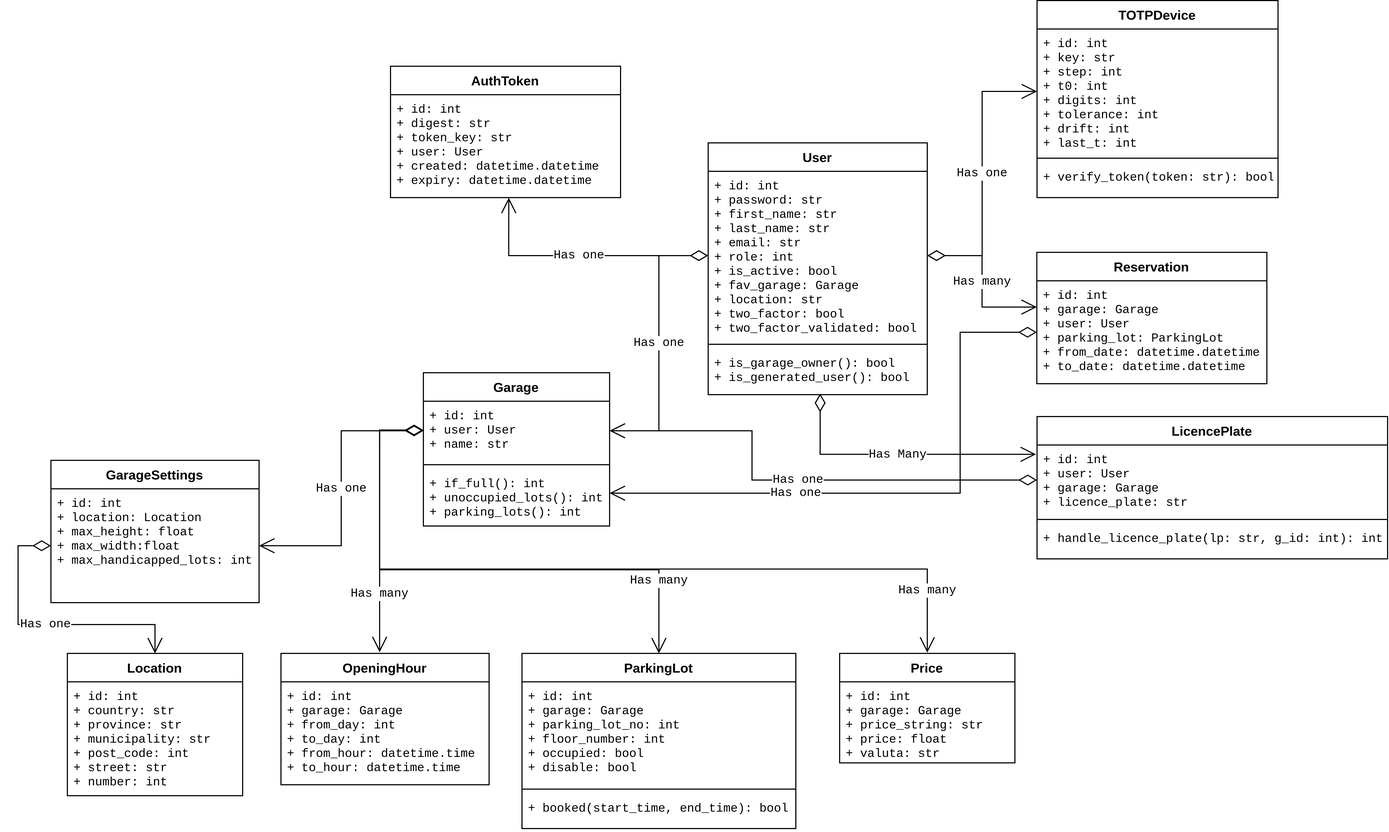
2022PO3/General keeps this draw.io diagram as diagrams/class_diagram.drawio.png. Above is the earlier version. Source tidied: cells renumbered, new cells last; positions are measured from the earlier drawing's top-left corner, leaving out a move shared by most shapes.
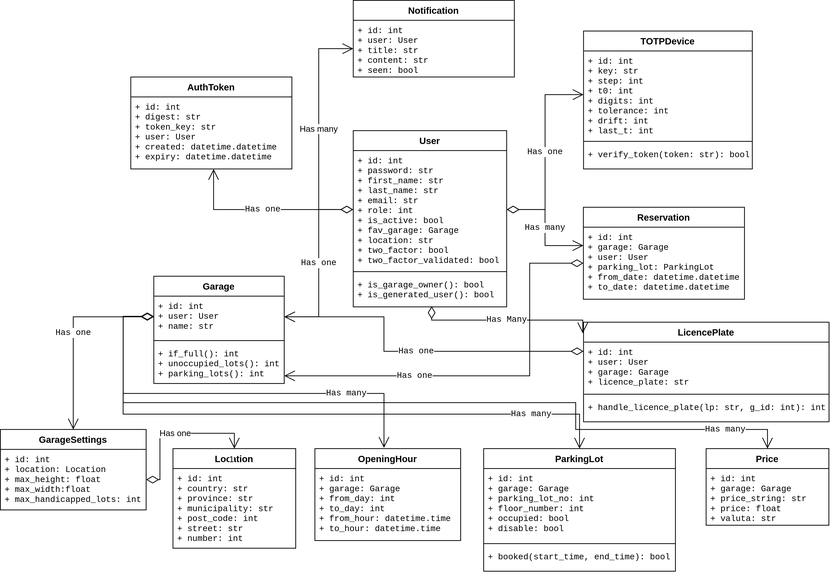
The same diagram one commit later.

Diff of the diagram source:
```diff
@@ -15,7 +15,7 @@
       <mxGeometry y="188" width="200" height="42" as="geometry" />
     </mxCell>
     <mxCell id="6" value="Garage" style="swimlane;fontStyle=1;align=center;verticalAlign=top;horizontal=1;startSize=26;" parent="1" vertex="1">
-      <mxGeometry x="370" y="340" width="170" height="140" as="geometry" />
+      <mxGeometry x="370" y="320" width="170" height="140" as="geometry" />
     </mxCell>
     <mxCell id="7" value="+ id: int&#10;+ user: User&#10;+ name: str" style="text;strokeColor=none;fillColor=none;align=left;verticalAlign=top;spacingLeft=4;spacingRight=4;overflow=hidden;points=[[0,0.5],[1,0.5]];portConstraint=eastwest;fontFamily=Courier New;fontSize=11;" parent="6" vertex="1">
       <mxGeometry y="26" width="170" height="54" as="geometry" />
@@ -27,19 +27,19 @@
       <mxGeometry y="88" width="170" height="52" as="geometry" />
     </mxCell>
     <mxCell id="10" value="Location" style="swimlane;fontStyle=1;align=center;verticalAlign=top;horizontal=1;startSize=26;" parent="1" vertex="1">
-      <mxGeometry x="45" y="596.3" width="160" height="130" as="geometry" />
+      <mxGeometry x="395" y="545" width="160" height="130" as="geometry" />
     </mxCell>
     <mxCell id="11" value="+ id: int&#10;+ country: str&#10;+ province: str&#10;+ municipality: str&#10;+ post_code: int&#10;+ street: str&#10;+ number: int" style="text;strokeColor=none;fillColor=none;align=left;verticalAlign=top;spacingLeft=4;spacingRight=4;overflow=hidden;fontFamily=Courier New;fontSize=11;" parent="10" vertex="1">
       <mxGeometry y="26" width="160" height="104" as="geometry" />
     </mxCell>
     <mxCell id="12" value="OpeningHour" style="swimlane;fontStyle=1;align=center;verticalAlign=top;horizontal=1;startSize=26;" parent="1" vertex="1">
-      <mxGeometry x="240" y="596.3" width="190" height="120" as="geometry" />
+      <mxGeometry x="580" y="545" width="190" height="120" as="geometry" />
     </mxCell>
     <mxCell id="13" value="+ id: int&#10;+ garage: Garage&#10;+ from_day: int&#10;+ to_day: int&#10;+ from_hour: datetime.time&#10;+ to_hour: datetime.time&#10;" style="text;strokeColor=none;fillColor=none;align=left;verticalAlign=top;spacingLeft=4;spacingRight=4;overflow=hidden;fontFamily=Courier New;fontSize=11;" parent="12" vertex="1">
       <mxGeometry y="26" width="190" height="94" as="geometry" />
     </mxCell>
     <mxCell id="14" value="ParkingLot" style="swimlane;fontStyle=1;align=center;verticalAlign=top;horizontal=1;startSize=26;" parent="1" vertex="1">
-      <mxGeometry x="460" y="596.3" width="250" height="160" as="geometry" />
+      <mxGeometry x="800" y="545" width="250" height="160" as="geometry" />
     </mxCell>
     <mxCell id="15" value="+ id: int&#10;+ garage: Garage&#10;+ parking_lot_no: int&#10;+ floor_number: int&#10;+ occupied: bool&#10;+ disable: bool" style="text;strokeColor=none;fillColor=none;align=left;verticalAlign=top;spacingLeft=4;spacingRight=4;overflow=hidden;fontFamily=Courier New;fontSize=11;" parent="14" vertex="1">
       <mxGeometry y="26" width="250" height="94" as="geometry" />
@@ -51,7 +51,7 @@
       <mxGeometry y="128" width="250" height="32" as="geometry" />
     </mxCell>
     <mxCell id="18" value="Price" style="swimlane;fontStyle=1;align=center;verticalAlign=top;horizontal=1;startSize=26;" parent="1" vertex="1">
-      <mxGeometry x="750" y="596.3" width="160" height="100" as="geometry" />
+      <mxGeometry x="1090" y="545" width="160" height="100" as="geometry" />
     </mxCell>
     <mxCell id="19" value="+ id: int&#10;+ garage: Garage&#10;+ price_string: str&#10;+ price: float&#10;+ valuta: str" style="text;strokeColor=none;fillColor=none;align=left;verticalAlign=top;spacingLeft=4;spacingRight=4;overflow=hidden;fontFamily=Courier New;fontSize=11;" parent="18" vertex="1">
       <mxGeometry y="26" width="160" height="74" as="geometry" />
@@ -75,10 +75,10 @@
       <mxGeometry y="26" width="210" height="94" as="geometry" />
     </mxCell>
     <mxCell id="26" value="GarageSettings" style="swimlane;fontStyle=1;align=center;verticalAlign=top;horizontal=1;startSize=26;" parent="1" vertex="1">
-      <mxGeometry x="30" y="420" width="190" height="130" as="geometry" />
+      <mxGeometry x="170" y="520" width="190" height="105" as="geometry" />
     </mxCell>
     <mxCell id="27" value="+ id: int&#10;+ location: Location&#10;+ max_height: float &#10;+ max_width:float &#10;+ max_handicapped_lots: int" style="text;strokeColor=none;fillColor=none;align=left;verticalAlign=top;spacingLeft=4;spacingRight=4;overflow=hidden;points=[[0,0.5],[1,0.5]];portConstraint=eastwest;fontFamily=Courier New;fontSize=11;" parent="26" vertex="1">
-      <mxGeometry y="26" width="190" height="104" as="geometry" />
+      <mxGeometry y="26" width="190" height="79" as="geometry" />
     </mxCell>
     <mxCell id="28" value="Has one" style="endArrow=open;html=1;endSize=12;startArrow=diamondThin;startSize=14;startFill=0;edgeStyle=orthogonalEdgeStyle;rounded=0;fontFamily=Courier New;fontSize=11;exitX=0;exitY=0.5;exitDx=0;exitDy=0;entryX=1;entryY=0.5;entryDx=0;entryDy=0;" parent="1" edge="1" source="3" target="7">
       <mxGeometry relative="1" as="geometry" />
@@ -91,49 +91,51 @@
         </Array>
       </mxGeometry>
     </mxCell>
-    <mxCell id="30" value="Has Many" style="endArrow=open;html=1;endSize=12;startArrow=diamondThin;startSize=14;startFill=0;edgeStyle=orthogonalEdgeStyle;rounded=0;fontFamily=Courier New;fontSize=11;exitX=0.511;exitY=0.978;exitDx=0;exitDy=0;exitPerimeter=0;entryX=-0.003;entryY=0.133;entryDx=0;entryDy=0;entryPerimeter=0;" parent="1" edge="1" source="5" target="21">
-      <mxGeometry relative="1" as="geometry" />
+    <mxCell id="30" value="Has Many" style="endArrow=open;html=1;endSize=12;startArrow=diamondThin;startSize=14;startFill=0;edgeStyle=orthogonalEdgeStyle;rounded=0;fontFamily=Courier New;fontSize=11;exitX=0.511;exitY=0.978;exitDx=0;exitDy=0;exitPerimeter=0;entryX=-0.003;entryY=0.133;entryDx=0;entryDy=0;entryPerimeter=0;" parent="1" edge="1" source="5">
+      <mxGeometry relative="1" as="geometry">
+        <mxPoint x="929.2" y="394.5" as="targetPoint" />
+      </mxGeometry>
     </mxCell>
-    <mxCell id="31" value="Has one" style="endArrow=open;html=1;endSize=12;startArrow=diamondThin;startSize=14;startFill=0;edgeStyle=orthogonalEdgeStyle;rounded=0;fontFamily=Courier New;fontSize=11;entryX=1;entryY=0.5;entryDx=0;entryDy=0;" parent="1" edge="1" source="21" target="7">
+    <mxCell id="31" value="Has one" style="endArrow=open;html=1;endSize=12;startArrow=diamondThin;startSize=14;startFill=0;edgeStyle=orthogonalEdgeStyle;rounded=0;fontFamily=Courier New;fontSize=11;entryX=1;entryY=0.5;entryDx=0;entryDy=0;" parent="1" edge="1" target="7">
       <mxGeometry relative="1" as="geometry">
+        <mxPoint x="930.2" y="418" as="sourcePoint" />
         <Array as="points">
-          <mxPoint x="670" y="438" />
-          <mxPoint x="670" y="393" />
+          <mxPoint x="670" y="418" />
+          <mxPoint x="670" y="373" />
         </Array>
       </mxGeometry>
     </mxCell>
-    <mxCell id="32" value="Has one" style="endArrow=open;html=1;endSize=12;startArrow=diamondThin;startSize=14;startFill=0;edgeStyle=orthogonalEdgeStyle;rounded=0;fontFamily=Courier New;fontSize=11;exitX=0;exitY=0.5;exitDx=0;exitDy=0;" parent="1" edge="1" source="7" target="27">
+    <mxCell id="32" value="Has one" style="endArrow=open;html=1;endSize=12;startArrow=diamondThin;startSize=14;startFill=0;edgeStyle=orthogonalEdgeStyle;rounded=0;fontFamily=Courier New;fontSize=11;exitX=0;exitY=0.5;exitDx=0;exitDy=0;entryX=0.5;entryY=0;entryDx=0;entryDy=0;" parent="1" edge="1" source="7" target="26">
       <mxGeometry relative="1" as="geometry" />
     </mxCell>
-    <mxCell id="33" value="Has one" style="endArrow=open;html=1;endSize=12;startArrow=diamondThin;startSize=14;startFill=0;edgeStyle=orthogonalEdgeStyle;rounded=0;fontFamily=Courier New;fontSize=11;exitX=0;exitY=0.5;exitDx=0;exitDy=0;entryX=0.5;entryY=0;entryDx=0;entryDy=0;" parent="1" edge="1" source="27" target="10">
-      <mxGeometry relative="1" as="geometry">
-        <Array as="points">
-          <mxPoint y="498" />
-          <mxPoint y="570" />
-          <mxPoint x="125" y="570" />
-        </Array>
-      </mxGeometry>
-    </mxCell>
     <mxCell id="34" value="Has many" style="endArrow=open;html=1;endSize=12;startArrow=diamondThin;startSize=14;startFill=0;edgeStyle=orthogonalEdgeStyle;rounded=0;fontFamily=Courier New;fontSize=11;exitX=0;exitY=0.5;exitDx=0;exitDy=0;entryX=0.474;entryY=-0.009;entryDx=0;entryDy=0;entryPerimeter=0;" parent="1" edge="1" source="7" target="12">
-      <mxGeometry x="0.56" relative="1" as="geometry" />
+      <mxGeometry x="0.56" relative="1" as="geometry">
+        <Array as="points">
+          <mxPoint x="330" y="373" />
+          <mxPoint x="330" y="473" />
+          <mxPoint x="670" y="473" />
+        </Array>
+      </mxGeometry>
     </mxCell>
-    <mxCell id="35" value="Has many" style="endArrow=open;html=1;endSize=12;startArrow=diamondThin;startSize=14;startFill=0;edgeStyle=orthogonalEdgeStyle;rounded=0;fontFamily=Courier New;fontSize=11;exitX=0;exitY=0.5;exitDx=0;exitDy=0;entryX=0.5;entryY=0;entryDx=0;entryDy=0;" parent="1" edge="1" source="7" target="14">
+    <mxCell id="35" value="Has many" style="endArrow=open;html=1;endSize=12;startArrow=diamondThin;startSize=14;startFill=0;edgeStyle=orthogonalEdgeStyle;rounded=0;fontFamily=Courier New;fontSize=11;exitX=0;exitY=0.5;exitDx=0;exitDy=0;" parent="1" edge="1" source="7">
       <mxGeometry x="0.73" relative="1" as="geometry">
+        <mxPoint x="925" y="545" as="targetPoint" />
         <Array as="points">
-          <mxPoint x="330" y="393" />
-          <mxPoint x="330" y="520" />
-          <mxPoint x="585" y="520" />
+          <mxPoint x="330" y="373" />
+          <mxPoint x="330" y="500" />
+          <mxPoint x="925" y="500" />
         </Array>
       </mxGeometry>
     </mxCell>
-    <mxCell id="36" value="Has many" style="endArrow=open;html=1;endSize=12;startArrow=diamondThin;startSize=14;startFill=0;edgeStyle=orthogonalEdgeStyle;rounded=0;fontFamily=Courier New;fontSize=11;exitX=0;exitY=0.5;exitDx=0;exitDy=0;entryX=0.5;entryY=0;entryDx=0;entryDy=0;" parent="1" edge="1">
+    <mxCell id="36" value="Has many" style="endArrow=open;html=1;endSize=12;startArrow=diamondThin;startSize=14;startFill=0;edgeStyle=orthogonalEdgeStyle;rounded=0;fontFamily=Courier New;fontSize=11;exitX=0;exitY=0.5;exitDx=0;exitDy=0;entryX=0.5;entryY=0;entryDx=0;entryDy=0;" parent="1" edge="1" target="18">
       <mxGeometry x="0.85" relative="1" as="geometry">
-        <mxPoint x="370" y="392.3" as="sourcePoint" />
-        <mxPoint x="830" y="595.7" as="targetPoint" />
+        <mxPoint x="370" y="372.3" as="sourcePoint" />
         <Array as="points">
-          <mxPoint x="330" y="392.3" />
-          <mxPoint x="330" y="519.3" />
-          <mxPoint x="830" y="519.3" />
+          <mxPoint x="330" y="372" />
+          <mxPoint x="330" y="485" />
+          <mxPoint x="920" y="485" />
+          <mxPoint x="920" y="520" />
+          <mxPoint x="1170" y="520" />
         </Array>
       </mxGeometry>
     </mxCell>
@@ -169,5 +171,31 @@
     <mxCell id="45" value="Has one" style="endArrow=open;html=1;endSize=12;startArrow=diamondThin;startSize=14;startFill=0;edgeStyle=orthogonalEdgeStyle;rounded=0;fontFamily=Courier New;fontSize=11;exitX=1;exitY=0.5;exitDx=0;exitDy=0;entryX=0;entryY=0.5;entryDx=0;entryDy=0;" parent="1" edge="1" source="3" target="42">
       <mxGeometry relative="1" as="geometry" />
     </mxCell>
+    <mxCell id="46" value="Notification" style="swimlane;fontStyle=1;align=center;verticalAlign=top;horizontal=1;startSize=26;" parent="1" vertex="1">
+      <mxGeometry x="630" y="-40" width="210" height="100" as="geometry" />
+    </mxCell>
+    <mxCell id="47" value="+ id: int&#10;+ user: User&#10;+ title: str&#10;+ content: str&#10;+ seen: bool" style="text;strokeColor=none;fillColor=none;align=left;verticalAlign=top;spacingLeft=4;spacingRight=4;overflow=hidden;points=[[0,0.5],[1,0.5]];portConstraint=eastwest;fontFamily=Courier New;fontSize=11;" parent="46" vertex="1">
+      <mxGeometry y="26" width="210" height="74" as="geometry" />
+    </mxCell>
+    <mxCell id="48" value="Has many" style="endArrow=open;html=1;endSize=12;startArrow=diamondThin;startSize=14;startFill=0;edgeStyle=orthogonalEdgeStyle;rounded=0;exitX=0;exitY=0.5;exitDx=0;exitDy=0;entryX=0;entryY=0.5;entryDx=0;entryDy=0;" parent="1" edge="1" source="3" target="47">
+      <mxGeometry relative="1" as="geometry">
+        <Array as="points">
+          <mxPoint x="585" y="233" />
+          <mxPoint x="585" y="23" />
+        </Array>
+      </mxGeometry>
+    </mxCell>
+    <mxCell id="33" value="Has one" style="endArrow=open;html=1;endSize=12;startArrow=diamondThin;startSize=14;startFill=0;edgeStyle=orthogonalEdgeStyle;rounded=0;exitX=1;exitY=0.5;exitDx=0;exitDy=0;entryX=0.5;entryY=0;entryDx=0;entryDy=0;" parent="1" edge="1" source="27" target="10">
+      <mxGeometry relative="1" as="geometry">
+        <Array as="points">
+          <mxPoint x="378" y="586" />
+          <mxPoint x="378" y="525" />
+          <mxPoint x="475" y="525" />
+        </Array>
+      </mxGeometry>
+    </mxCell>
+    <mxCell id="49" value="1" style="edgeLabel;html=1;align=right;verticalAlign=top;" parent="33" vertex="1">
+      <mxGeometry x="1" relative="1" as="geometry" />
+    </mxCell>
   </root>
 </mxGraphModel>
```
